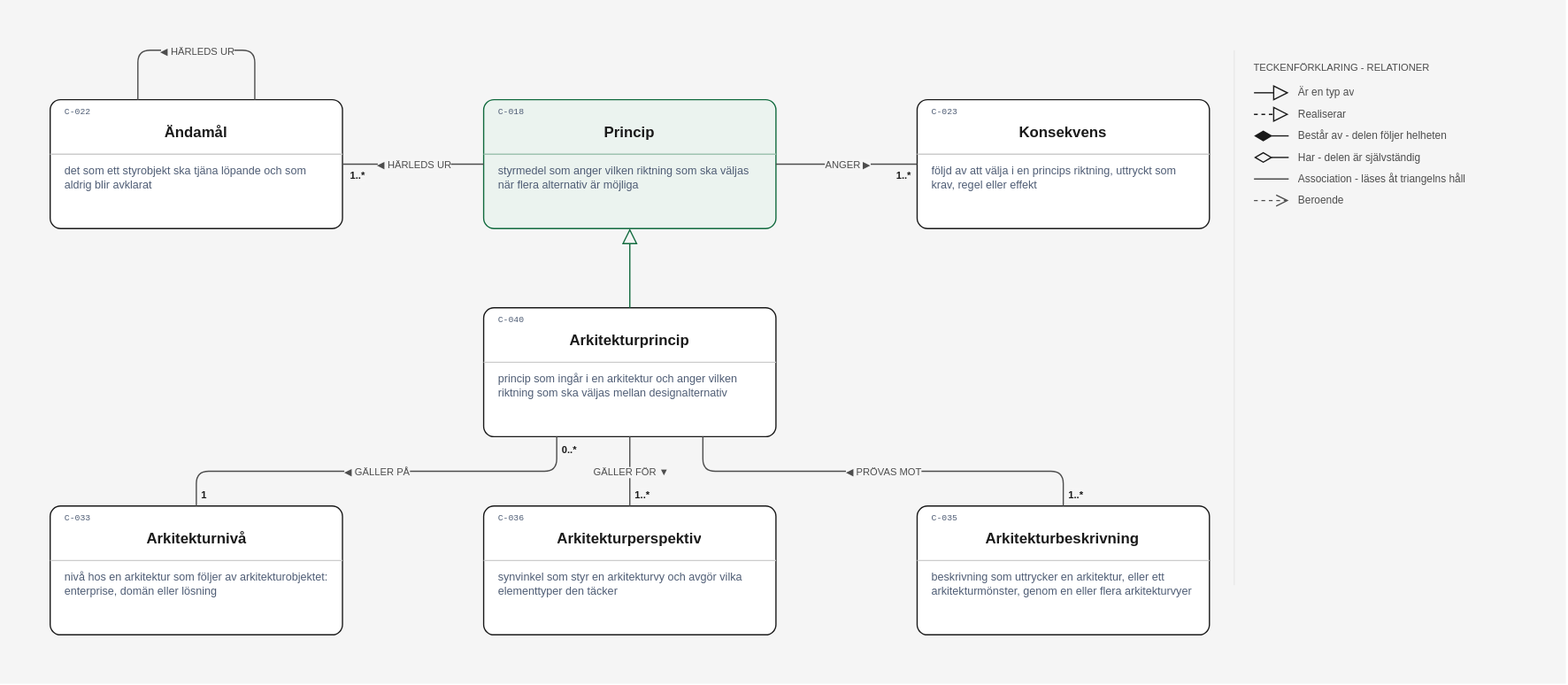
Before: layout/Principer/Princip detalj.drawio.svg, a diagram exported from draw.io (nickdin/gestaltadet-katalog). Source tidied: cells renumbered, new cells last; positions are measured from the earlier drawing's top-left corner, leaving out a move shared by most shapes.
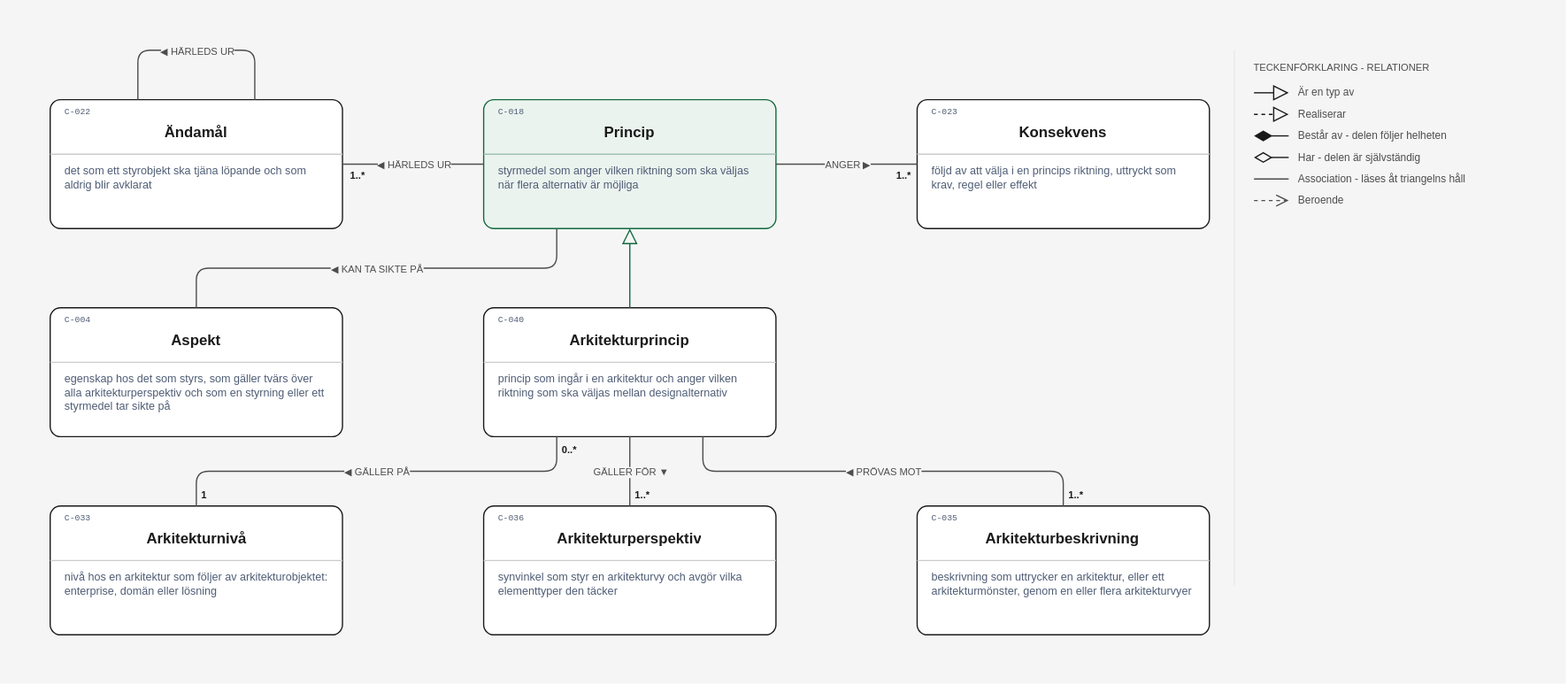
After the change.

Commit message:
Ritningen Princip detalj: rutan Aspekt (C-004) och pilen Princip (C-018) kan ta sikte på Aspekt, Ticket #146

Styrmedel (C-015) är inte med i ritningen. Pilen går därför från Princip (C-018), som ärver relationen från Styrmedel, enligt regeln om ärvda relationer i README.md. Ingen cell som fanns är ändrad.

Claude-Session: https://claude.ai/code/session_014hgawMvHSwRAqUTmkU5KmJ

The edit, as a diff of the source:
```diff
@@ -289,5 +289,37 @@
     <mxCell id="77" value="◀ HÄRLEDS UR" style="edgeLabel;html=1;align=center;verticalAlign=middle;fontFamily=Helvetica;fontSize=8;fontColor=#4d4d4d;fontStyle=0;labelBackgroundColor=#f5f5f5;" parent="76" vertex="1">
       <mxGeometry relative="1" as="geometry" />
     </mxCell>
+    <mxCell id="78" style="group;" parent="1" vertex="1">
+      <mxGeometry x="40" y="248" width="236" height="104" as="geometry" />
+    </mxCell>
+    <mxCell id="79" style="rounded=1;arcSize=8;whiteSpace=wrap;html=1;fillColor=#ffffff;strokeColor=#1a1a1a;strokeWidth=1;" parent="78" vertex="1">
+      <mxGeometry width="236" height="104" as="geometry" />
+    </mxCell>
+    <mxCell id="80" value="Aspekt" style="text;html=1;strokeColor=none;fillColor=none;align=center;verticalAlign=middle;whiteSpace=wrap;overflow=hidden;fontFamily=Helvetica;fontSize=12;fontColor=#1a1a1a;fontStyle=1;spacing=0;" parent="78" vertex="1">
+      <mxGeometry x="12" y="18" width="212" height="18" as="geometry" />
+    </mxCell>
+    <mxCell id="81" style="endArrow=none;html=1;strokeColor=#cccccc;" parent="78" edge="1">
+      <mxGeometry relative="1" as="geometry">
+        <mxPoint y="44" as="sourcePoint" />
+        <mxPoint x="236" y="44" as="targetPoint" />
+      </mxGeometry>
+    </mxCell>
+    <mxCell id="82" value="C-004" style="text;html=1;strokeColor=none;fillColor=none;align=left;verticalAlign=middle;whiteSpace=wrap;overflow=hidden;fontFamily=Courier New;fontSize=7;fontColor=#4f5d75;spacing=0;" parent="78" vertex="1">
+      <mxGeometry x="12" y="5" width="60" height="10" as="geometry" />
+    </mxCell>
+    <mxCell id="83" value="egenskap hos det som styrs, som gäller tvärs över alla arkitekturperspektiv och som en styrning eller ett styrmedel tar sikte på" style="text;html=1;strokeColor=none;fillColor=none;align=left;verticalAlign=top;whiteSpace=wrap;overflow=hidden;fontFamily=Helvetica;fontSize=9;fontColor=#4f5d75;spacing=0;spacingTop=0;" parent="78" vertex="1">
+      <mxGeometry x="12" y="48" width="212" height="37" as="geometry" />
+    </mxCell>
+    <mxCell id="84" style="edgeStyle=orthogonalEdgeStyle;rounded=1;html=1;strokeColor=#4d4d4d;strokeWidth=1;endArrow=none;endSize=8;exitX=0.25;exitY=1;exitDx=0;exitDy=0;entryX=0.5;entryY=0;entryDx=0;entryDy=0;jumpStyle=line;" parent="1" edge="1" source="10" target="79">
+      <mxGeometry relative="1" as="geometry">
+        <Array as="points">
+          <mxPoint x="449" y="216" />
+          <mxPoint x="158" y="216" />
+        </Array>
+      </mxGeometry>
+    </mxCell>
+    <mxCell id="85" value="◀ KAN TA SIKTE PÅ" style="edgeLabel;html=1;align=center;verticalAlign=middle;fontFamily=Helvetica;fontSize=8;fontColor=#4d4d4d;fontStyle=0;labelBackgroundColor=#f5f5f5;" parent="84" vertex="1">
+      <mxGeometry relative="1" as="geometry" />
+    </mxCell>
   </root>
 </mxGraphModel>
```
